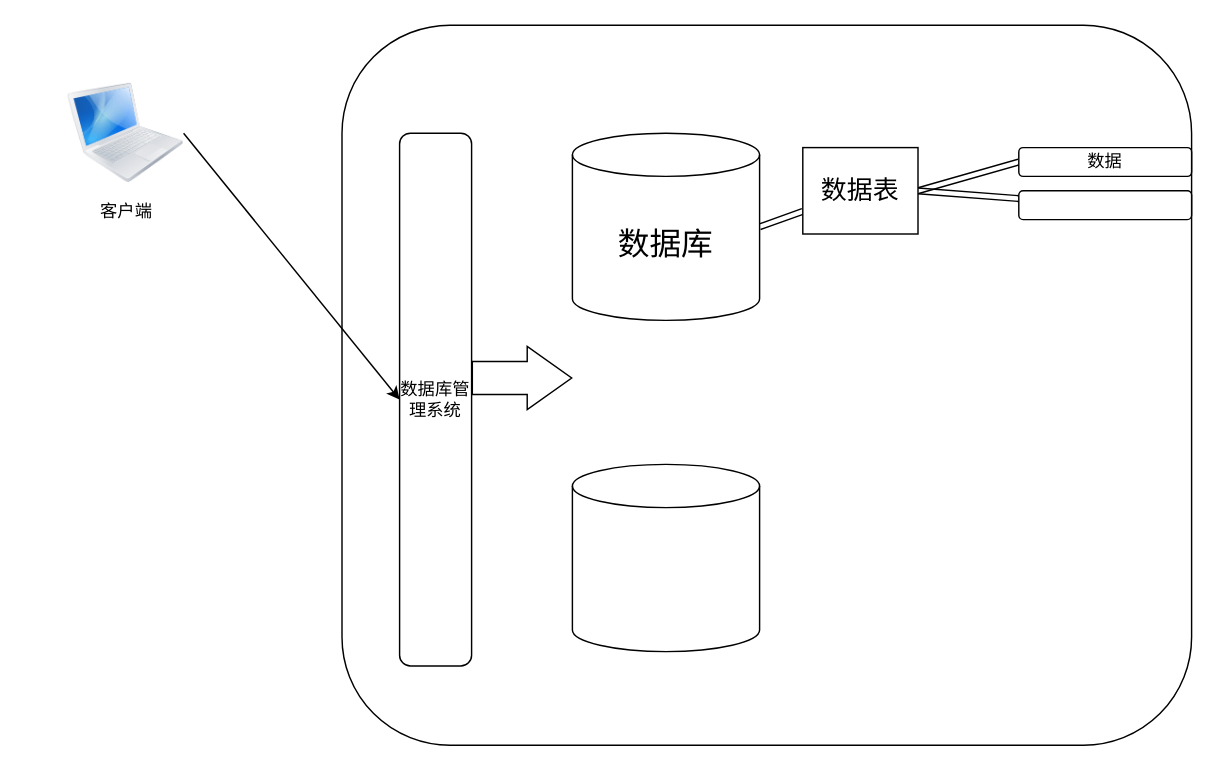
Earlier version of the draw.io diagram mysql.drawio (pg-wbl/flow-chart). Source tidied: cells renumbered, new cells numbered last; positions are measured from the earlier drawing's top-left corner, leaving out a move shared by most shapes. Both pictures are drawn from the tidied source at 144%, with x=0, y=0 at pixel (68, 24).
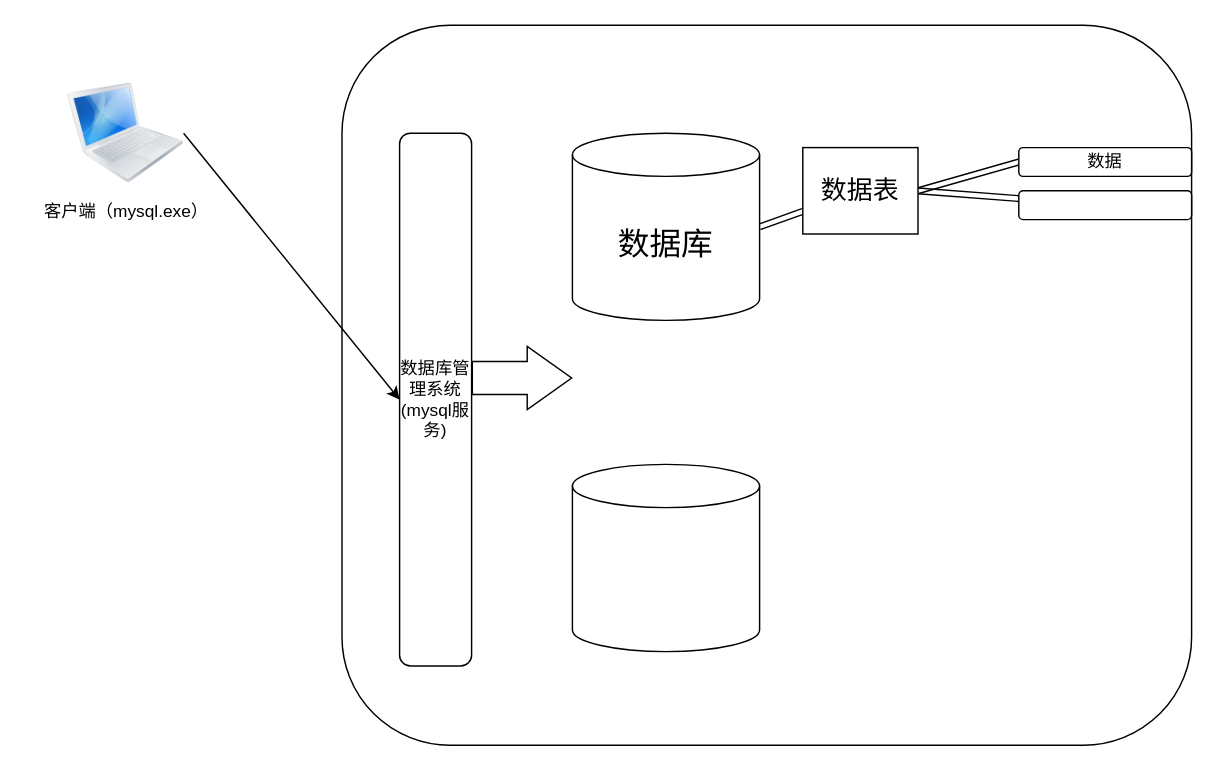
The same diagram, later.

The edit, as a diff of the source:
```diff
@@
 <mxGraphModel>
   <root>
     <mxCell id="0" />
     <mxCell id="1" parent="0" />
     <mxCell id="2" style="rounded=1;whiteSpace=wrap;html=1;" parent="1" vertex="1">
       <mxGeometry x="190" width="590" height="500" as="geometry" />
     </mxCell>
-    <mxCell id="3" value="数据库管理系统" style="rounded=1;whiteSpace=wrap;html=1;" parent="1" vertex="1">
+    <mxCell id="3" value="数据库管理系统(mysql服务)" style="rounded=1;whiteSpace=wrap;html=1;" parent="1" vertex="1">
       <mxGeometry x="230" y="75" width="50" height="370" as="geometry" />
     </mxCell>
     <mxCell id="4" style="rounded=0;jettySize=auto;html=1;exitX=1;exitY=0.5;exitDx=0;exitDy=0;exitPerimeter=0;shape=link;" parent="1" edge="1" source="5" target="9">
       <mxGeometry relative="1" as="geometry" />
     </mxCell>
     <mxCell id="5" value="&lt;font style=&quot;font-size: 22px;&quot;&gt;数据库&lt;/font&gt;" style="shape=cylinder3;whiteSpace=wrap;html=1;boundedLbl=1;backgroundOutline=1;size=15;" parent="1" vertex="1">
       <mxGeometry x="350" y="75" width="130" height="130" as="geometry" />
     </mxCell>
     <mxCell id="6" style="shape=cylinder3;whiteSpace=wrap;html=1;boundedLbl=1;backgroundOutline=1;size=15;" parent="1" vertex="1">
       <mxGeometry x="350" y="305" width="130" height="130" as="geometry" />
     </mxCell>
     <mxCell id="7" style="rounded=0;jettySize=auto;html=1;exitX=1;exitY=0.5;exitDx=0;exitDy=0;entryX=0;entryY=0.5;entryDx=0;entryDy=0;shape=link;" parent="1" edge="1" source="9" target="10">
       <mxGeometry relative="1" as="geometry" />
     </mxCell>
     <mxCell id="8" style="rounded=0;jettySize=auto;html=1;exitX=1;exitY=0.5;exitDx=0;exitDy=0;shape=link;" parent="1" edge="1" source="9" target="11">
       <mxGeometry relative="1" as="geometry" />
     </mxCell>
     <mxCell id="9" value="&lt;font style=&quot;font-size: 18px;&quot;&gt;数据表&lt;/font&gt;" style="rounded=0;whiteSpace=wrap;html=1;" parent="1" vertex="1">
       <mxGeometry x="510" y="85" width="80" height="60" as="geometry" />
     </mxCell>
     <mxCell id="10" value="数据" style="rounded=1;whiteSpace=wrap;html=1;" parent="1" vertex="1">
       <mxGeometry x="660" y="85" width="120" height="20" as="geometry" />
     </mxCell>
     <mxCell id="11" style="rounded=1;whiteSpace=wrap;html=1;" parent="1" vertex="1">
       <mxGeometry x="660" y="115" width="120" height="20" as="geometry" />
     </mxCell>
     <mxCell id="12" style="shape=flexArrow;endArrow=classic;html=1;rounded=0;width=23;endSize=9.96;" parent="1" edge="1">
       <mxGeometry relative="1" as="geometry">
         <mxPoint x="280" y="245" as="sourcePoint" />
         <mxPoint x="350" y="245" as="targetPoint" />
       </mxGeometry>
     </mxCell>
     <mxCell id="13" style="rounded=0;jettySize=auto;html=1;exitX=1;exitY=0.5;exitDx=0;exitDy=0;entryX=0;entryY=0.5;entryDx=0;entryDy=0;" parent="1" edge="1" source="14" target="3">
       <mxGeometry relative="1" as="geometry" />
     </mxCell>
     <mxCell id="14" style="image;html=1;image=img/lib/clip_art/computers/MacBook_128x128.png;" parent="1" vertex="1">
       <mxGeometry y="35" width="80" height="80" as="geometry" />
     </mxCell>
-    <mxCell id="15" value="客户端" style="text;html=1;align=center;verticalAlign=middle;strokeColor=none;fillColor=none;" parent="1" vertex="1">
-      <mxGeometry x="10" y="115" width="60" height="30" as="geometry" />
+    <mxCell id="15" value="客户端（mysql.exe）" style="text;html=1;align=center;verticalAlign=middle;strokeColor=none;fillColor=none;" parent="1" vertex="1">
+      <mxGeometry x="-30" y="115" width="140" height="30" as="geometry" />
     </mxCell>
   </root>
 </mxGraphModel>
```
